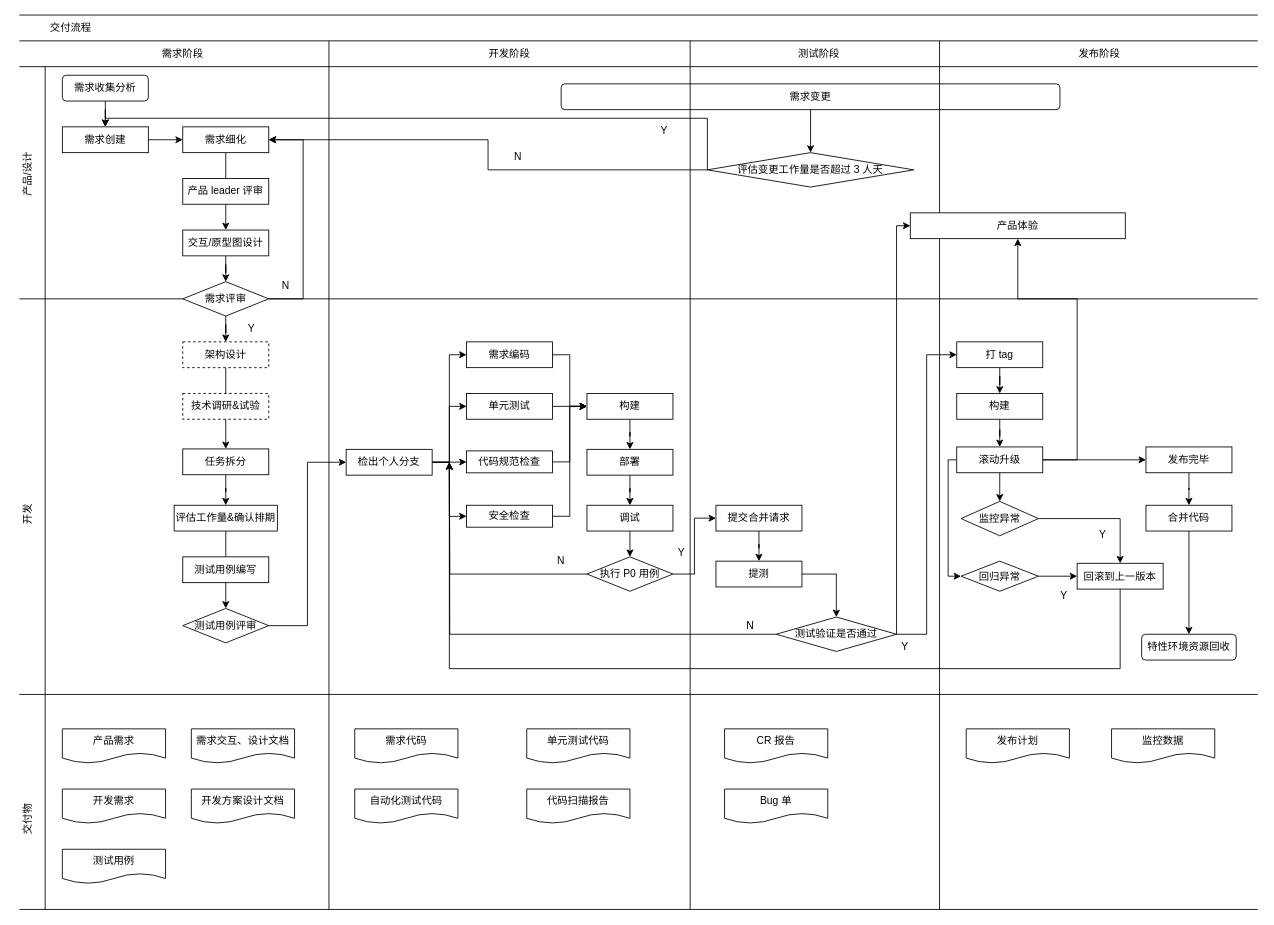
1005281342/svg keeps this draw.io diagram as 交付流程.drawio. Above is the earlier version. Source tidied: cells renumbered, new cells numbered last; positions are measured from the earlier drawing's top-left corner, leaving out a move shared by most shapes. Both pictures are drawn from the tidied source at 86%, with x=0, y=0 at pixel (2, 15).
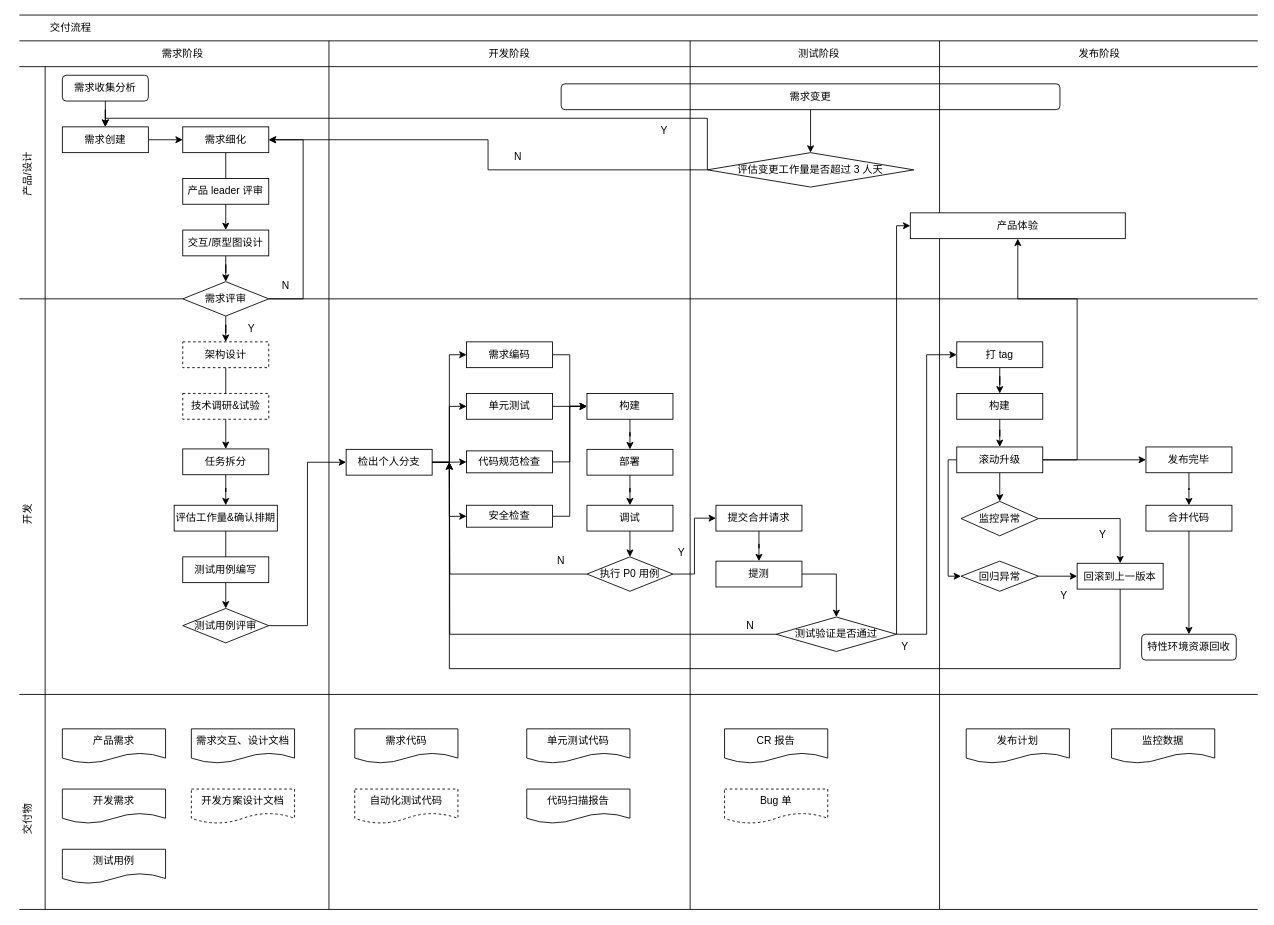
The same page after the edit.

Commit message (it also covers changes not shown here):
更新交付流程.drawio

Change to the diagram source:
```diff
@@
-    <mxCell id="109" value="开发方案设计文档" style="shape=document;whiteSpace=wrap;html=1;boundedLbl=1;" parent="1" vertex="1">
+    <mxCell id="109" value="开发方案设计文档" style="shape=document;whiteSpace=wrap;html=1;boundedLbl=1;dashed=1;" parent="1" vertex="1">
       <mxGeometry x="220" y="900" width="120" height="40" as="geometry" />
     </mxCell>
@@
-    <mxCell id="113" value="自动化测试代码" style="shape=document;whiteSpace=wrap;html=1;boundedLbl=1;" parent="1" vertex="1">
+    <mxCell id="113" value="自动化测试代码" style="shape=document;whiteSpace=wrap;html=1;boundedLbl=1;dashed=1;" parent="1" vertex="1">
       <mxGeometry x="410" y="900" width="120" height="40" as="geometry" />
     </mxCell>
@@
-    <mxCell id="117" value="Bug 单" style="shape=document;whiteSpace=wrap;html=1;boundedLbl=1;" parent="1" vertex="1">
+    <mxCell id="117" value="Bug 单" style="shape=document;whiteSpace=wrap;html=1;boundedLbl=1;dashed=1;" parent="1" vertex="1">
       <mxGeometry x="840" y="900" width="120" height="40" as="geometry" />
     </mxCell>
```
